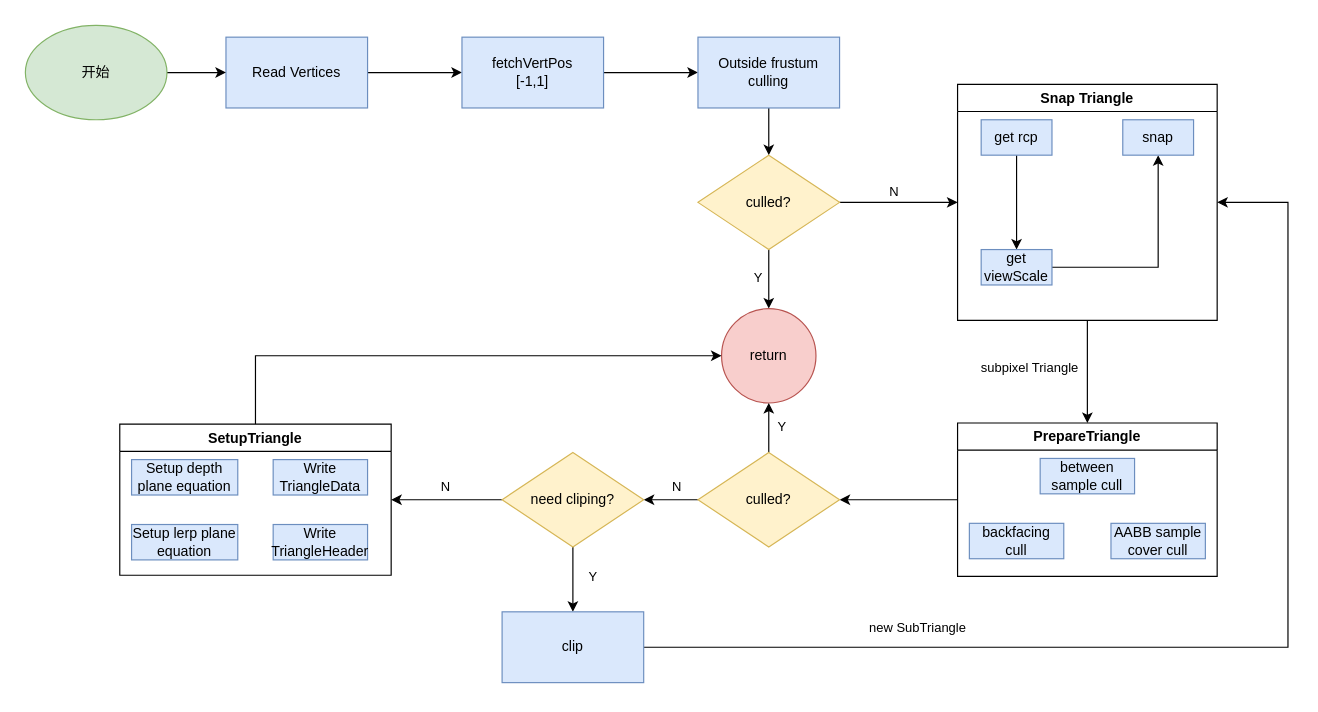
The draw.io diagram TriangleSetup.drawio in spaceboy202105/img, before the edit. Source tidied: cells renumbered, new cells numbered last; positions are measured from the earlier drawing's top-left corner, leaving out a move shared by most shapes. Both pictures are drawn from the tidied source at 118%, with x=0, y=0 at pixel (25, 25).
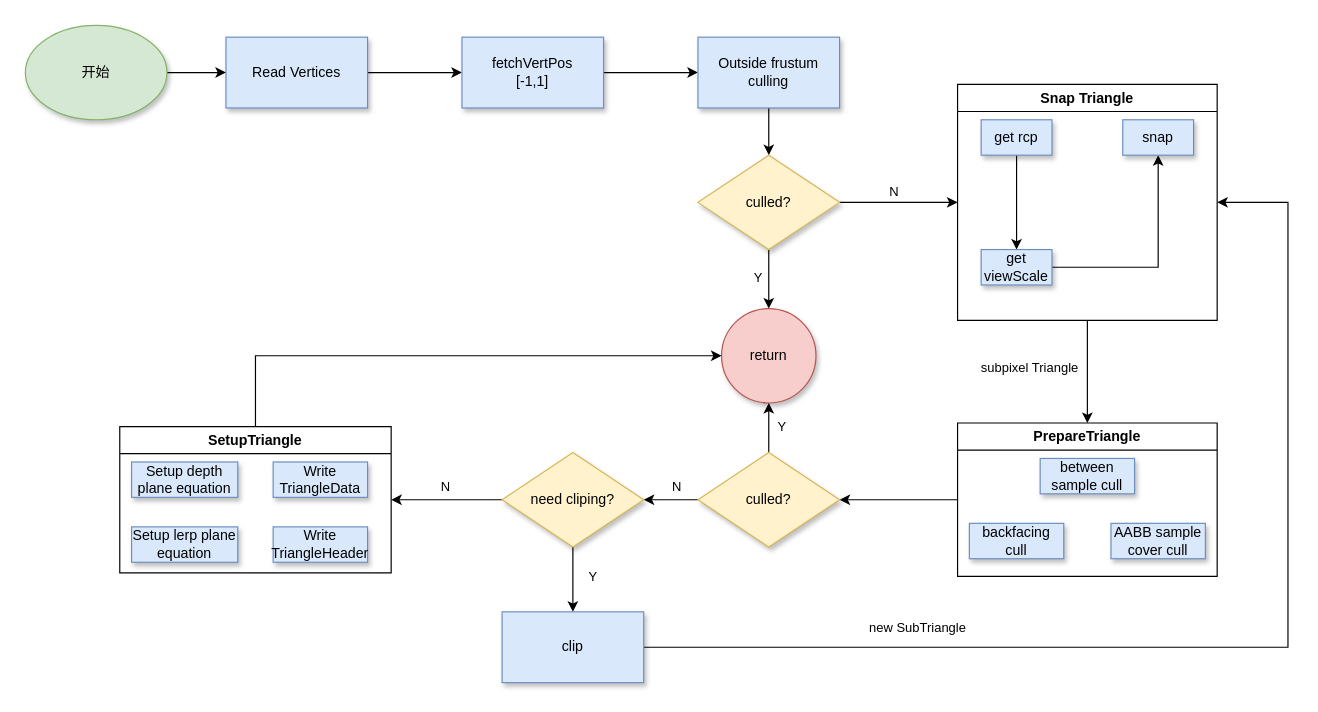
The same page after the edit.

Change to the diagram source:
```diff
@@
-    <mxCell id="3" value="Read Vertices" style="rounded=0;whiteSpace=wrap;html=1;fillColor=#dae8fc;strokeColor=#6c8ebf;" parent="1" vertex="1">
+    <mxCell id="3" value="Read Vertices" style="rounded=0;whiteSpace=wrap;html=1;fillColor=#dae8fc;strokeColor=#6c8ebf;shadow=1;" parent="1" vertex="1">
       <mxGeometry x="170" y="10" width="120" height="60" as="geometry" />
     </mxCell>
@@
-    <mxCell id="5" value="开始" style="ellipse;whiteSpace=wrap;html=1;fillColor=#d5e8d4;strokeColor=#82b366;" parent="1" vertex="1">
+    <mxCell id="5" value="开始" style="ellipse;whiteSpace=wrap;html=1;fillColor=#d5e8d4;strokeColor=#82b366;shadow=1;" parent="1" vertex="1">
       <mxGeometry width="120" height="80" as="geometry" />
     </mxCell>
@@
-    <mxCell id="7" value="&lt;div&gt;&lt;span style=&quot;background-color: initial;&quot;&gt;fetchVertPos&lt;/span&gt;&lt;br&gt;&lt;/div&gt;&lt;div&gt;[-1,1]&lt;/div&gt;" style="rounded=0;whiteSpace=wrap;html=1;fillColor=#dae8fc;strokeColor=#6c8ebf;" parent="1" vertex="1">
+    <mxCell id="7" value="&lt;div&gt;&lt;span style=&quot;background-color: initial;&quot;&gt;fetchVertPos&lt;/span&gt;&lt;br&gt;&lt;/div&gt;&lt;div&gt;[-1,1]&lt;/div&gt;" style="rounded=0;whiteSpace=wrap;html=1;fillColor=#dae8fc;strokeColor=#6c8ebf;shadow=1;" parent="1" vertex="1">
       <mxGeometry x="370" y="10" width="120" height="60" as="geometry" />
     </mxCell>
@@
-    <mxCell id="9" value="Outside frustum culling" style="rounded=0;whiteSpace=wrap;html=1;fillColor=#dae8fc;strokeColor=#6c8ebf;" parent="1" vertex="1">
+    <mxCell id="9" value="Outside frustum culling" style="rounded=0;whiteSpace=wrap;html=1;fillColor=#dae8fc;strokeColor=#6c8ebf;shadow=1;" parent="1" vertex="1">
       <mxGeometry x="570" y="10" width="120" height="60" as="geometry" />
     </mxCell>
@@
-    <mxCell id="14" value="culled?" style="rhombus;whiteSpace=wrap;html=1;fillColor=#fff2cc;strokeColor=#d6b656;" parent="1" vertex="1">
+    <mxCell id="14" value="culled?" style="rhombus;whiteSpace=wrap;html=1;fillColor=#fff2cc;strokeColor=#d6b656;shadow=1;" parent="1" vertex="1">
       <mxGeometry x="570" y="110" width="120" height="80" as="geometry" />
     </mxCell>
-    <mxCell id="15" value="return" style="ellipse;whiteSpace=wrap;html=1;fillColor=#f8cecc;strokeColor=#b85450;" parent="1" vertex="1">
+    <mxCell id="15" value="return" style="ellipse;whiteSpace=wrap;html=1;fillColor=#f8cecc;strokeColor=#b85450;shadow=1;" parent="1" vertex="1">
       <mxGeometry x="590" y="240" width="80" height="80" as="geometry" />
     </mxCell>
@@
-    <mxCell id="18" value="Snap Triangle" style="swimlane;whiteSpace=wrap;html=1;" parent="1" vertex="1">
+    <mxCell id="18" value="Snap Triangle" style="swimlane;whiteSpace=wrap;html=1;shadow=0;" parent="1" vertex="1">
       <mxGeometry x="790" y="50" width="220" height="200" as="geometry" />
     </mxCell>
@@
-    <mxCell id="20" value="get rcp" style="whiteSpace=wrap;html=1;fillColor=#dae8fc;strokeColor=#6c8ebf;" parent="18" vertex="1">
+    <mxCell id="20" value="get rcp" style="whiteSpace=wrap;html=1;fillColor=#dae8fc;strokeColor=#6c8ebf;shadow=1;" parent="18" vertex="1">
       <mxGeometry x="20" y="30" width="60" height="30" as="geometry" />
     </mxCell>
@@
-    <mxCell id="22" value="get viewScale" style="whiteSpace=wrap;html=1;fillColor=#dae8fc;strokeColor=#6c8ebf;" parent="18" vertex="1">
+    <mxCell id="22" value="get viewScale" style="whiteSpace=wrap;html=1;fillColor=#dae8fc;strokeColor=#6c8ebf;shadow=1;" parent="18" vertex="1">
       <mxGeometry x="20" y="140" width="60" height="30" as="geometry" />
     </mxCell>
-    <mxCell id="23" value="snap" style="whiteSpace=wrap;html=1;fillColor=#dae8fc;strokeColor=#6c8ebf;" parent="18" vertex="1">
+    <mxCell id="23" value="snap" style="whiteSpace=wrap;html=1;fillColor=#dae8fc;strokeColor=#6c8ebf;shadow=1;" parent="18" vertex="1">
       <mxGeometry x="140" y="30" width="60" height="30" as="geometry" />
     </mxCell>
@@
-    <mxCell id="25" value="PrepareTriangle" style="swimlane;whiteSpace=wrap;html=1;" parent="1" vertex="1">
+    <mxCell id="25" value="PrepareTriangle" style="swimlane;whiteSpace=wrap;html=1;shadow=0;" parent="1" vertex="1">
       <mxGeometry x="790" y="337" width="220" height="130" as="geometry" />
     </mxCell>
-    <mxCell id="26" value="backfacing&lt;div&gt;cull&lt;/div&gt;" style="whiteSpace=wrap;html=1;fillColor=#dae8fc;strokeColor=#6c8ebf;" parent="25" vertex="1">
+    <mxCell id="26" value="backfacing&lt;div&gt;cull&lt;/div&gt;" style="whiteSpace=wrap;html=1;fillColor=#dae8fc;strokeColor=#6c8ebf;shadow=1;" parent="25" vertex="1">
       <mxGeometry x="10" y="85" width="80" height="30" as="geometry" />
     </mxCell>
-    <mxCell id="27" value="AABB sample cover cull" style="whiteSpace=wrap;html=1;fillColor=#dae8fc;strokeColor=#6c8ebf;" parent="25" vertex="1">
+    <mxCell id="27" value="AABB sample cover cull" style="whiteSpace=wrap;html=1;fillColor=#dae8fc;strokeColor=#6c8ebf;shadow=1;" parent="25" vertex="1">
       <mxGeometry x="130" y="85" width="80" height="30" as="geometry" />
     </mxCell>
-    <mxCell id="28" value="between sample cull" style="whiteSpace=wrap;html=1;fillColor=#dae8fc;strokeColor=#6c8ebf;" parent="25" vertex="1">
+    <mxCell id="28" value="between sample cull" style="whiteSpace=wrap;html=1;fillColor=#dae8fc;strokeColor=#6c8ebf;shadow=1;" parent="25" vertex="1">
       <mxGeometry x="70" y="30" width="80" height="30" as="geometry" />
     </mxCell>
@@
-    <mxCell id="30" value="SetupTriangle" style="swimlane;whiteSpace=wrap;html=1;" parent="1" vertex="1">
-      <mxGeometry x="80" y="338" width="230" height="128" as="geometry" />
+    <mxCell id="30" value="SetupTriangle" style="swimlane;whiteSpace=wrap;html=1;shadow=0;" parent="1" vertex="1">
+      <mxGeometry x="80" y="340" width="230" height="124" as="geometry" />
     </mxCell>
-    <mxCell id="31" value="Setup depth plane equation" style="whiteSpace=wrap;html=1;fillColor=#dae8fc;strokeColor=#6c8ebf;" parent="30" vertex="1">
+    <mxCell id="31" value="Setup depth plane equation" style="whiteSpace=wrap;html=1;fillColor=#dae8fc;strokeColor=#6c8ebf;shadow=1;" parent="30" vertex="1">
       <mxGeometry x="10" y="30" width="90" height="30" as="geometry" />
     </mxCell>
-    <mxCell id="32" value="Setup lerp plane equation" style="whiteSpace=wrap;html=1;fillColor=#dae8fc;strokeColor=#6c8ebf;" parent="30" vertex="1">
+    <mxCell id="32" value="Setup lerp plane equation" style="whiteSpace=wrap;html=1;fillColor=#dae8fc;strokeColor=#6c8ebf;shadow=1;" parent="30" vertex="1">
       <mxGeometry x="10" y="85" width="90" height="30" as="geometry" />
     </mxCell>
-    <mxCell id="33" value="Write TriangleHeader" style="whiteSpace=wrap;html=1;fillColor=#dae8fc;strokeColor=#6c8ebf;" parent="30" vertex="1">
+    <mxCell id="33" value="Write TriangleHeader" style="whiteSpace=wrap;html=1;fillColor=#dae8fc;strokeColor=#6c8ebf;shadow=1;" parent="30" vertex="1">
       <mxGeometry x="130" y="85" width="80" height="30" as="geometry" />
     </mxCell>
-    <mxCell id="34" value="Write TriangleData" style="whiteSpace=wrap;html=1;fillColor=#dae8fc;strokeColor=#6c8ebf;" parent="30" vertex="1">
+    <mxCell id="34" value="Write TriangleData" style="whiteSpace=wrap;html=1;fillColor=#dae8fc;strokeColor=#6c8ebf;shadow=1;" parent="30" vertex="1">
       <mxGeometry x="130" y="30" width="80" height="30" as="geometry" />
     </mxCell>
@@
-    <mxCell id="39" value="culled?" style="rhombus;whiteSpace=wrap;html=1;fillColor=#fff2cc;strokeColor=#d6b656;" parent="1" vertex="1">
+    <mxCell id="39" value="culled?" style="rhombus;whiteSpace=wrap;html=1;fillColor=#fff2cc;strokeColor=#d6b656;shadow=1;" parent="1" vertex="1">
       <mxGeometry x="570" y="362" width="120" height="80" as="geometry" />
     </mxCell>
@@
-    <mxCell id="44" value="need cliping?" style="rhombus;whiteSpace=wrap;html=1;fillColor=#fff2cc;strokeColor=#d6b656;" parent="1" vertex="1">
+    <mxCell id="44" value="need cliping?" style="rhombus;whiteSpace=wrap;html=1;fillColor=#fff2cc;strokeColor=#d6b656;shadow=1;" parent="1" vertex="1">
       <mxGeometry x="404" y="362" width="120" height="80" as="geometry" />
     </mxCell>
@@
-    <mxCell id="47" value="clip" style="whiteSpace=wrap;html=1;fillColor=#dae8fc;strokeColor=#6c8ebf;" parent="1" vertex="1">
+    <mxCell id="47" value="clip" style="whiteSpace=wrap;html=1;fillColor=#dae8fc;strokeColor=#6c8ebf;shadow=1;" parent="1" vertex="1">
       <mxGeometry x="404" y="497" width="120" height="60" as="geometry" />
     </mxCell>
```
